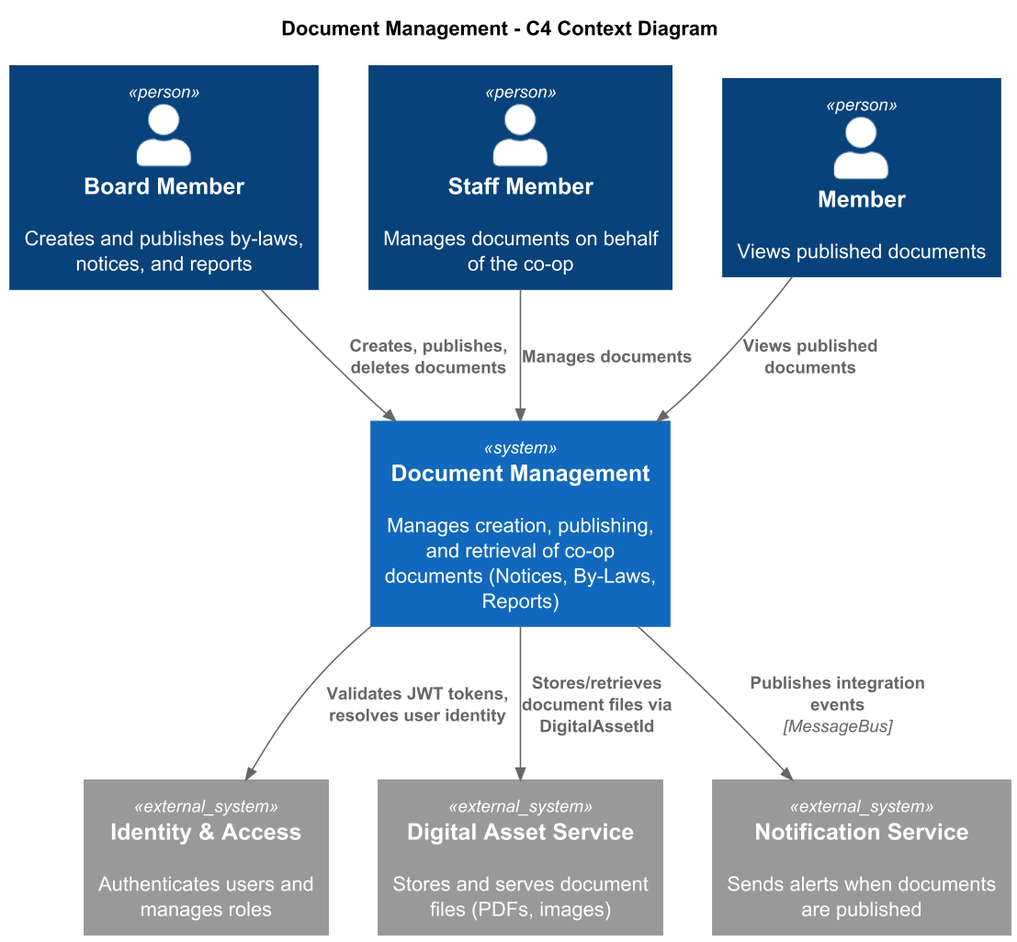
The PlantUML diagram docs/detailed-designs/06-document-management/c4-context.png in QuinntyneBrown/Coop, before a commit. The source it was exported from:
```plantuml
@startuml
!include https://raw.githubusercontent.com/plantuml-stdlib/C4-PlantUML/master/C4_Context.puml

skinparam dpi 150
skinparam pageMargin 10

title Document Management - C4 Context Diagram

Person(boardMember, "Board Member", "Creates and publishes by-laws, notices, and reports")
Person(staffMember, "Staff Member", "Manages documents on behalf of the co-op")
Person(member, "Member", "Views published documents")

System(docSystem, "Document Management", "Manages creation, publishing, and retrieval of co-op documents (Notices, By-Laws, Reports)")

System_Ext(identitySystem, "Identity & Access", "Authenticates users and manages roles")
System_Ext(digitalAssetSystem, "Digital Asset Service", "Stores and serves document files (PDFs, images)")
System_Ext(notificationSystem, "Notification Service", "Sends alerts when documents are published")

Rel(boardMember, docSystem, "Creates, publishes, deletes documents")
Rel(staffMember, docSystem, "Manages documents")
Rel(member, docSystem, "Views published documents")

Rel(docSystem, identitySystem, "Validates JWT tokens, resolves user identity")
Rel(docSystem, digitalAssetSystem, "Stores/retrieves document files via DigitalAssetId")
Rel(docSystem, notificationSystem, "Publishes integration events", "MessageBus")

@enduml
```
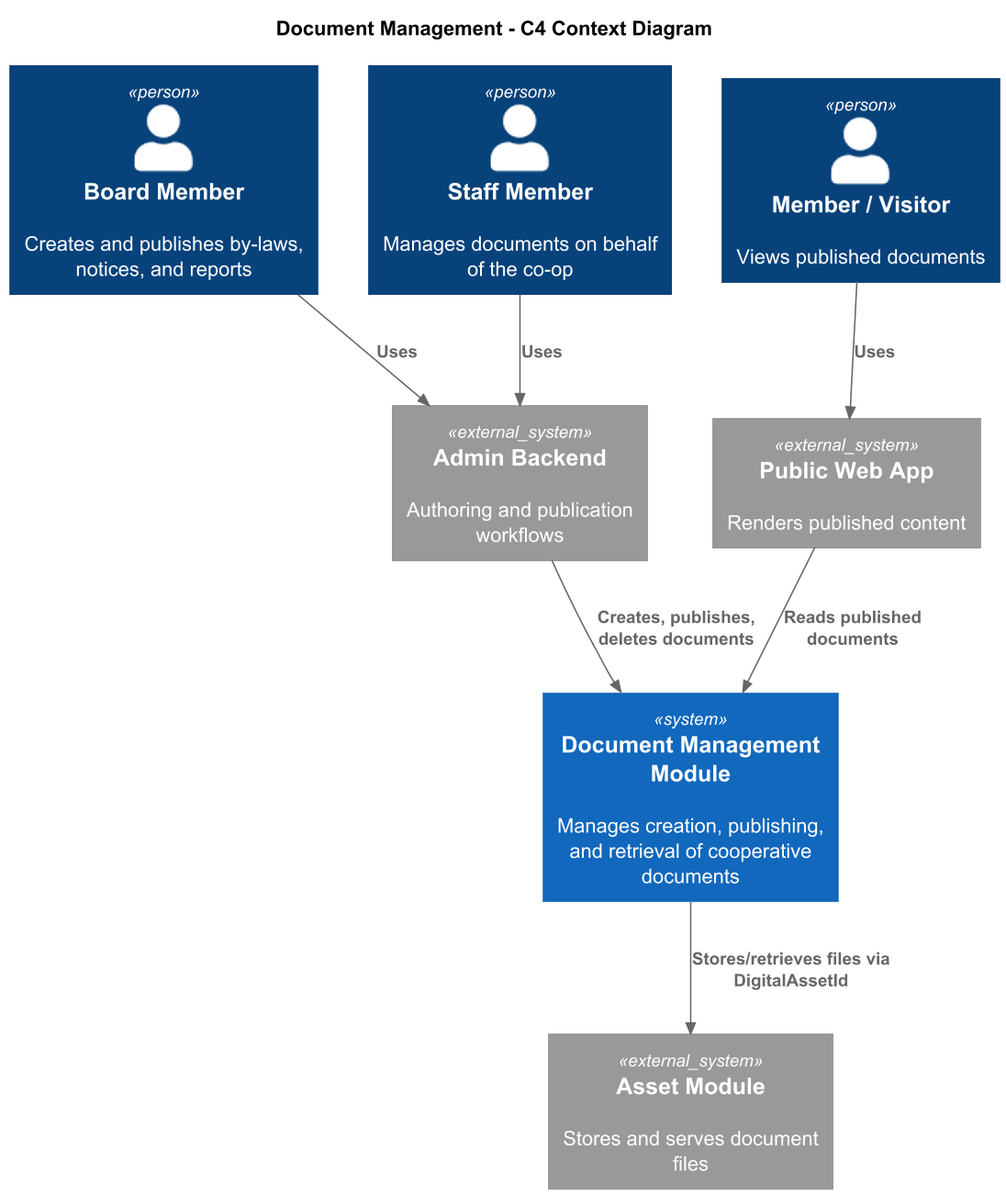
The same file after the commit.

The edit, as a diff of the source:
```diff
@@ -8,20 +8,20 @@
 
 Person(boardMember, "Board Member", "Creates and publishes by-laws, notices, and reports")
 Person(staffMember, "Staff Member", "Manages documents on behalf of the co-op")
-Person(member, "Member", "Views published documents")
+Person(member, "Member / Visitor", "Views published documents")
 
-System(docSystem, "Document Management", "Manages creation, publishing, and retrieval of co-op documents (Notices, By-Laws, Reports)")
+System(docSystem, "Document Management Module", "Manages creation, publishing, and retrieval of cooperative documents")
 
-System_Ext(identitySystem, "Identity & Access", "Authenticates users and manages roles")
-System_Ext(digitalAssetSystem, "Digital Asset Service", "Stores and serves document files (PDFs, images)")
-System_Ext(notificationSystem, "Notification Service", "Sends alerts when documents are published")
+System_Ext(adminApp, "Admin Backend", "Authoring and publication workflows")
+System_Ext(publicApp, "Public Web App", "Renders published content")
+System_Ext(assetModule, "Asset Module", "Stores and serves document files")
 
-Rel(boardMember, docSystem, "Creates, publishes, deletes documents")
-Rel(staffMember, docSystem, "Manages documents")
-Rel(member, docSystem, "Views published documents")
+Rel(boardMember, adminApp, "Uses")
+Rel(staffMember, adminApp, "Uses")
+Rel(member, publicApp, "Uses")
 
-Rel(docSystem, identitySystem, "Validates JWT tokens, resolves user identity")
-Rel(docSystem, digitalAssetSystem, "Stores/retrieves document files via DigitalAssetId")
-Rel(docSystem, notificationSystem, "Publishes integration events", "MessageBus")
+Rel(adminApp, docSystem, "Creates, publishes, deletes documents")
+Rel(publicApp, docSystem, "Reads published documents")
+Rel(docSystem, assetModule, "Stores/retrieves files via DigitalAssetId")
 
 @enduml
```
